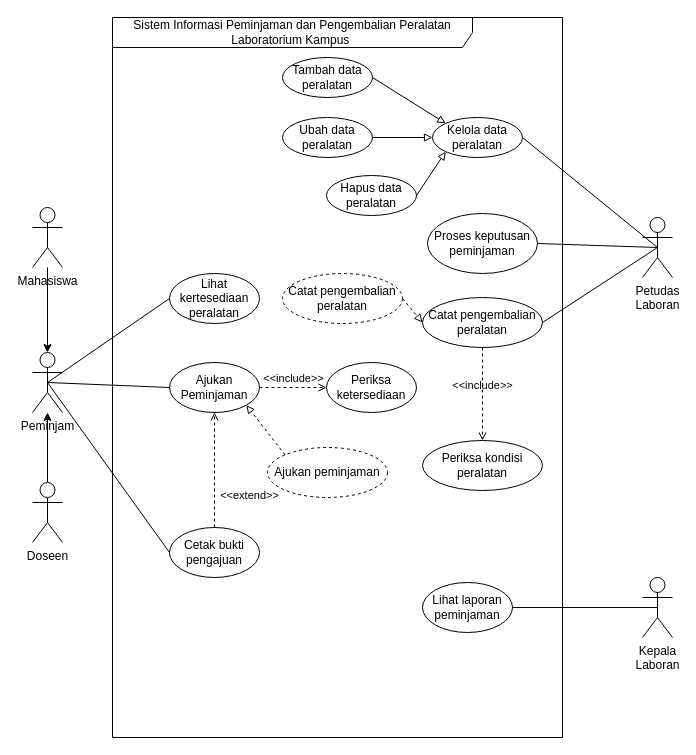
Earlier version of the draw.io diagram 03_latihan_tools/P03/LAB/P03_2406037_LAB_notasi_usecase_v01.drawio (2406037-maker/IFRWP5149_2406037_LanAlat). Source tidied: cells renumbered, new cells numbered last; positions are measured from the earlier drawing's top-left corner, leaving out a move shared by most shapes. Both pictures are drawn from the tidied source at 100%, with x=0, y=0 at pixel (32, 17).
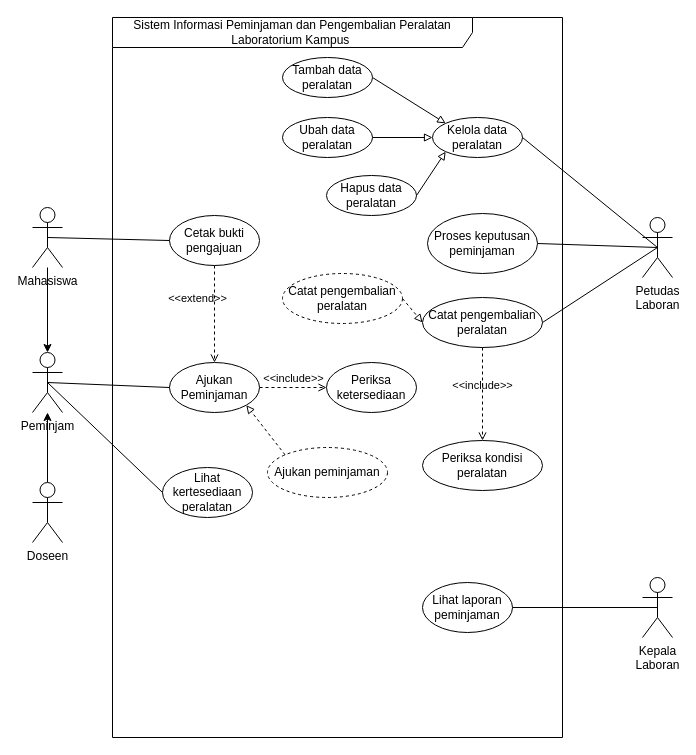
After the change.

The change refers to these unchanged cells:
```xml
<mxCell id="2" value="Sistem Informasi Peminjaman dan Pengembalian Peralatan &lt;br/&gt;Laboratorium Kampus&amp;nbsp;" style="shape=umlFrame;whiteSpace=wrap;html=1;width=360;height=30;" parent="1" vertex="1">
  <mxGeometry x="80" width="450" height="720" as="geometry" />
</mxCell>
<mxCell id="6" value="Ajukan Peminjaman" style="ellipse;html=1;whiteSpace=wrap;" parent="2" vertex="1">
  <mxGeometry x="57" y="345" width="90" height="50" as="geometry" />
</mxCell>
<mxCell id="26" value="Peminjam" style="shape=umlActor;verticalLabelPosition=bottom;verticalAlign=top;html=1;" parent="1" vertex="1">
  <mxGeometry y="335" width="30" height="60" as="geometry" />
</mxCell>
<mxCell id="35" value="Mahasiswa" style="shape=umlActor;verticalLabelPosition=bottom;verticalAlign=top;html=1;" parent="1" vertex="1">
  <mxGeometry y="190" width="30" height="60" as="geometry" />
</mxCell>
```

Diff of the diagram source:
```diff
@@
     <mxCell id="3" value="Lihat&lt;div&gt;kertesediaan&lt;/div&gt;&lt;div&gt;peralatan&lt;/div&gt;" style="ellipse;html=1;whiteSpace=wrap;" parent="2" vertex="1">
-      <mxGeometry x="57" y="256" width="90" height="50" as="geometry" />
+      <mxGeometry x="50" y="450" width="90" height="50" as="geometry" />
     </mxCell>
@@
     <mxCell id="5" value="Cetak bukti pengajuan" style="ellipse;html=1;whiteSpace=wrap;" parent="2" vertex="1">
-      <mxGeometry x="57" y="510" width="90" height="50" as="geometry" />
+      <mxGeometry x="57" y="198" width="90" height="50" as="geometry" />
     </mxCell>
@@
-    <mxCell id="11" value="&amp;lt;&amp;lt;extend&amp;gt;&amp;gt;" style="html=1;verticalAlign=bottom;labelBackgroundColor=none;endArrow=open;endFill=0;dashed=1;rounded=0;exitX=0.5;exitY=0;exitDx=0;exitDy=0;entryX=0.5;entryY=1;entryDx=0;entryDy=0;" parent="2" edge="1" source="5" target="6">
-      <mxGeometry x="-0.6" y="-35" relative="1" as="geometry" />
+    <mxCell id="11" value="&amp;lt;&amp;lt;extend&amp;gt;&amp;gt;" style="html=1;verticalAlign=bottom;labelBackgroundColor=none;endArrow=open;endFill=0;dashed=1;rounded=0;exitX=0.5;exitY=1;exitDx=0;exitDy=0;entryX=0.5;entryY=0;entryDx=0;entryDy=0;" parent="2" edge="1" source="5" target="6">
+      <mxGeometry x="-0.14" y="-17" relative="1" as="geometry" />
     </mxCell>
@@
-    <mxCell id="31" style="rounded=0;jettySize=auto;html=1;exitX=0.5;exitY=0.5;exitDx=0;exitDy=0;exitPerimeter=0;entryX=0;entryY=0.5;entryDx=0;entryDy=0;endArrow=none;endFill=0;" parent="1" edge="1" source="26" target="5">
+    <mxCell id="31" style="rounded=0;jettySize=auto;html=1;exitX=0.5;exitY=0.5;exitDx=0;exitDy=0;exitPerimeter=0;entryX=0;entryY=0.5;entryDx=0;entryDy=0;endArrow=none;endFill=0;" parent="1" edge="1" source="35" target="5">
       <mxGeometry relative="1" as="geometry" />
     </mxCell>
```
